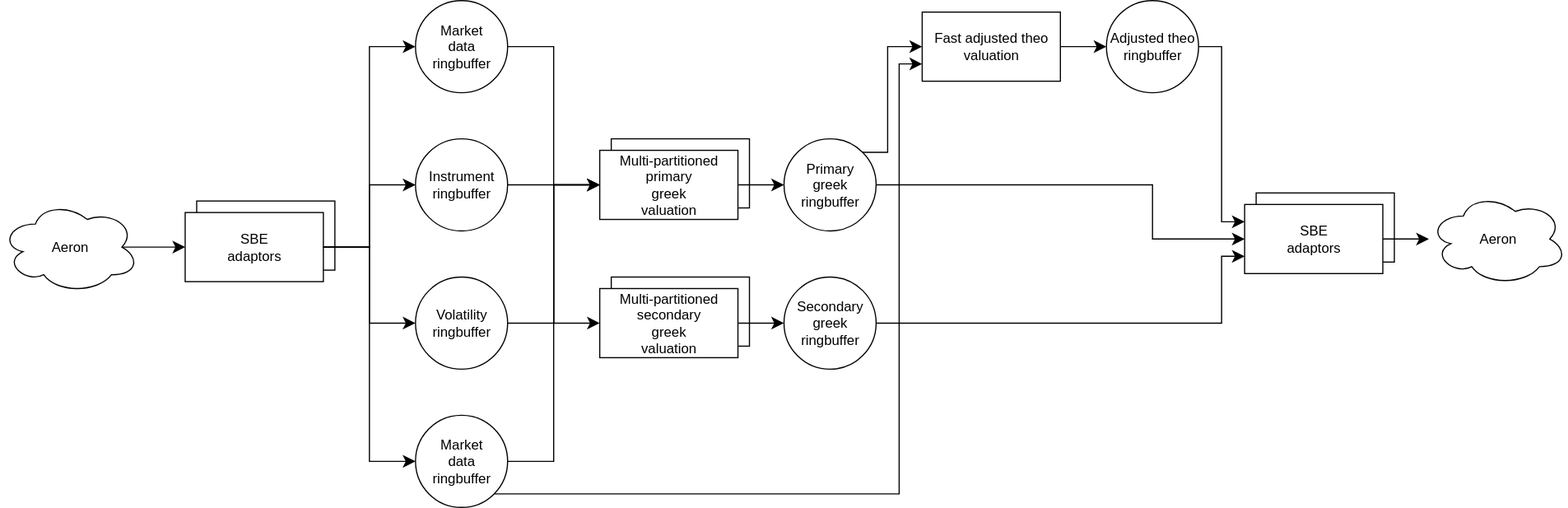
Andyckp/common keeps this draw.io diagram as derivativepricer/derivativepricer.drawio.svg. Above is the earlier version. Source tidied: cells renumbered, new cells last; positions are measured from the earlier drawing's top-left corner, leaving out a move shared by most shapes.
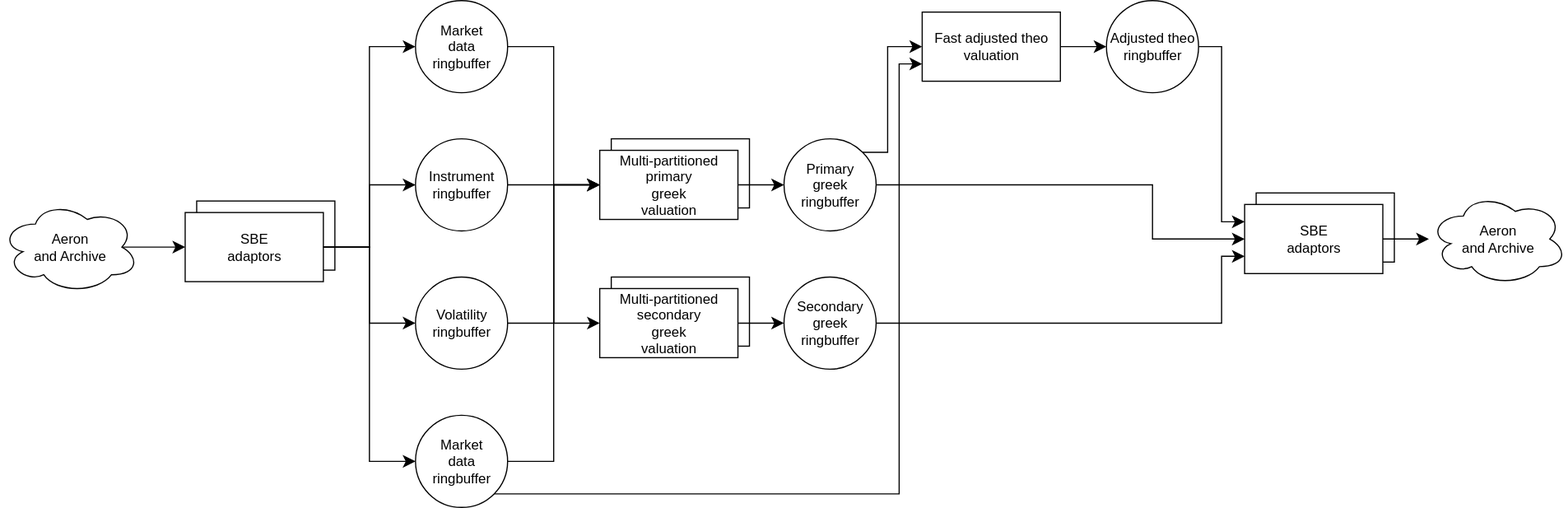
Later version of the same file.

The edit, as a diff of the source:
```diff
@@ -14,7 +14,7 @@
     <mxCell id="5" style="rounded=0;whiteSpace=wrap;html=1;" parent="1" vertex="1">
       <mxGeometry x="170" y="174" width="120" height="60" as="geometry" />
     </mxCell>
-    <mxCell id="6" value="Aeron" style="ellipse;shape=cloud;whiteSpace=wrap;html=1;" parent="1" vertex="1">
+    <mxCell id="6" value="Aeron&lt;div&gt;and Archive&lt;/div&gt;" style="ellipse;shape=cloud;whiteSpace=wrap;html=1;" parent="1" vertex="1">
       <mxGeometry y="174" width="120" height="80" as="geometry" />
     </mxCell>
     <mxCell id="7" value="Market&lt;div&gt;data&lt;/div&gt;&lt;div&gt;ringbuffer&lt;/div&gt;" style="ellipse;whiteSpace=wrap;html=1;" parent="1" vertex="1">
@@ -120,7 +120,7 @@
         </Array>
       </mxGeometry>
     </mxCell>
-    <mxCell id="36" value="Aeron" style="ellipse;shape=cloud;whiteSpace=wrap;html=1;" parent="1" vertex="1">
+    <mxCell id="36" value="Aeron&lt;div&gt;and Archive&lt;/div&gt;" style="ellipse;shape=cloud;whiteSpace=wrap;html=1;" parent="1" vertex="1">
       <mxGeometry x="1240" y="167" width="120" height="80" as="geometry" />
     </mxCell>
     <mxCell id="37" style="edgeStyle=elbowEdgeStyle;elbow=horizontal;endArrow=classic;html=1;curved=0;rounded=0;endSize=8;startSize=8;exitX=1;exitY=0.5;exitDx=0;exitDy=0;" parent="1" edge="1" source="32" target="36">
```
